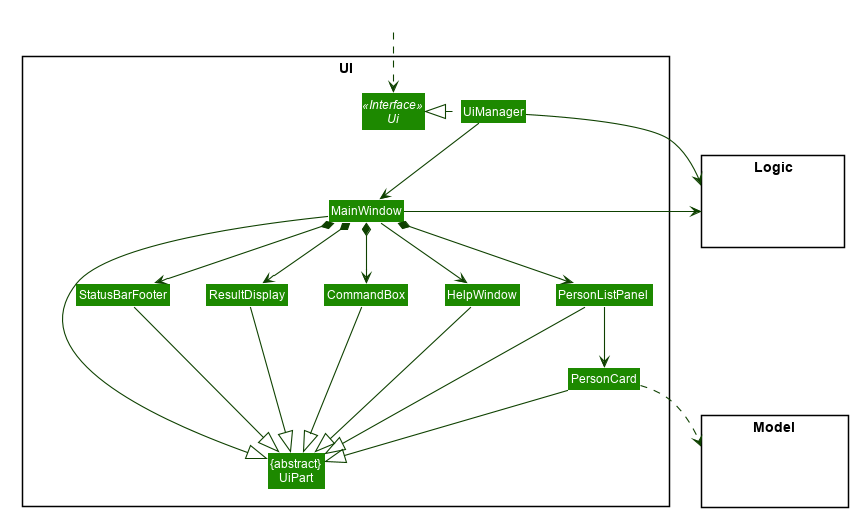
Above: docs/images/UiClassDiagram.png in nus-cs2103-AY2021S1/tp (PlantUML), before the change.
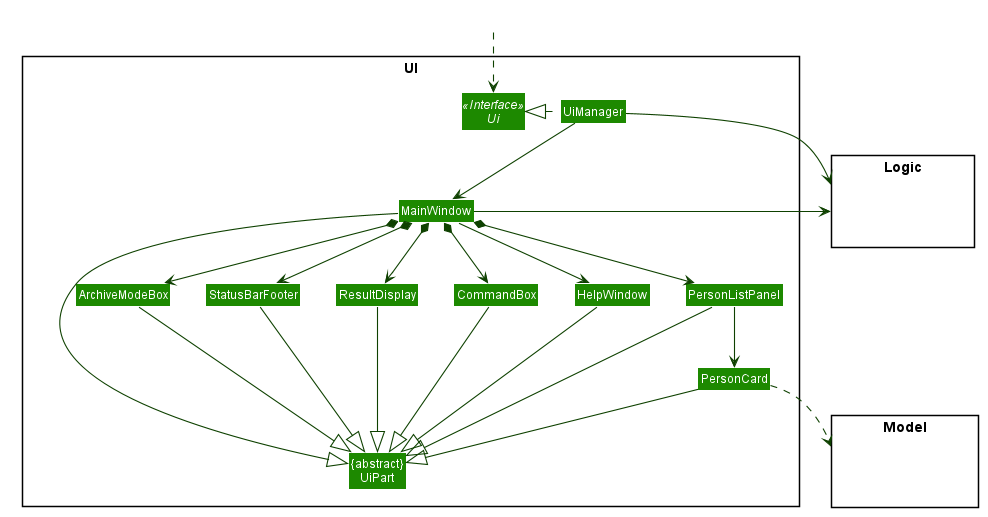
The same diagram one commit later.

Commit message:
Update UI class diagram with archive feature

Change to the diagram source:
```diff
@@ -62,6 +62,7 @@
 Class PersonCard
 Class StatusBarFooter
 Class CommandBox
+Class ArchiveModeBox
 }
 
 package Model <<Rectangle>> {
@@ -82,6 +83,7 @@
 MainWindow *-down-> ResultDisplay
 MainWindow *-down-> PersonListPanel
 MainWindow *-down-> StatusBarFooter
+MainWindow *-down-> ArchiveModeBox
 
 PersonListPanel -down-> PersonCard
 
@@ -93,6 +95,7 @@
 PersonCard --|> UiPart
 StatusBarFooter --|> UiPart
 HelpWindow -down-|> UiPart
+ArchiveModeBox --|> UiPart
 
 PersonCard ..> Model
 UiManager -right-> Logic
@@ -102,6 +105,8 @@
 HelpWindow -[hidden]left- CommandBox
 CommandBox -[hidden]left- ResultDisplay
 ResultDisplay -[hidden]left- StatusBarFooter
+StatusBarFooter -[hidden]left- ArchiveModeBox
+
 
 MainWindow -[hidden]-|> UiPart
 @enduml
```
